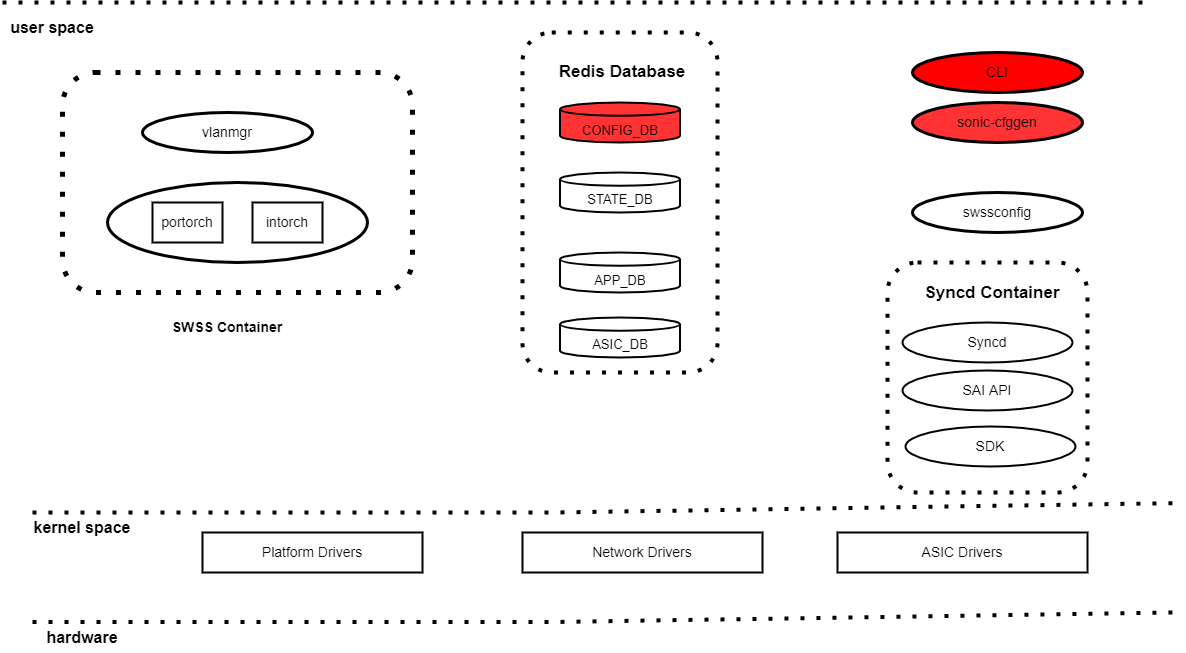
Before: doc/vlan/switchport-mode-support/media/Architecture.png, a diagram exported from draw.io (sonic-net/SONiC). Source tidied: cells renumbered, new cells last; positions are measured from the earlier drawing's top-left corner, leaving out a move shared by most shapes. Its diagram source:
```xml
<mxGraphModel background="#ffffff">
  <root>
    <mxCell id="0" />
    <mxCell id="1" parent="0" />
    <mxCell id="2" style="rounded=1;whiteSpace=wrap;html=1;&#10;&#10;endArrow=none;dashed=1;html=1;dashPattern=1 3;strokeWidth=5;rounded=1;" parent="1" vertex="1">
      <mxGeometry x="60" y="70" width="350" height="220" as="geometry" />
    </mxCell>
    <mxCell id="3" value="&lt;font style=&quot;font-size: 14px;&quot;&gt;vlanmgr&lt;/font&gt;" style="ellipse;whiteSpace=wrap;html=1;strokeWidth=3;" parent="1" vertex="1">
      <mxGeometry x="140" y="110" width="170" height="40" as="geometry" />
    </mxCell>
    <mxCell id="4" style="ellipse;whiteSpace=wrap;html=1;strokeWidth=3;" parent="1" vertex="1">
      <mxGeometry x="105" y="180" width="260" height="80" as="geometry" />
    </mxCell>
    <mxCell id="5" value="&lt;font style=&quot;font-size: 14px;&quot;&gt;portorch&lt;/font&gt;" style="rounded=0;whiteSpace=wrap;html=1;strokeWidth=2;" parent="1" vertex="1">
      <mxGeometry x="150" y="200" width="70" height="40" as="geometry" />
    </mxCell>
    <mxCell id="6" value="&lt;font style=&quot;font-size: 14px;&quot;&gt;intorch&lt;/font&gt;" style="rounded=0;whiteSpace=wrap;html=1;strokeWidth=2;" parent="1" vertex="1">
      <mxGeometry x="250" y="200" width="70" height="40" as="geometry" />
    </mxCell>
    <mxCell id="7" value="&lt;font style=&quot;font-size: 14px;&quot;&gt;&lt;b&gt;SWSS Container&lt;/b&gt;&lt;/font&gt;" style="text;html=1;strokeColor=none;fillColor=none;align=center;verticalAlign=middle;whiteSpace=wrap;rounded=0;" parent="1" vertex="1">
      <mxGeometry x="165" y="310" width="120" height="30" as="geometry" />
    </mxCell>
    <mxCell id="8" style="rounded=1;whiteSpace=wrap;html=1;&#10;&#10;endArrow=none;dashed=1;html=1;dashPattern=1 3;strokeWidth=4;rounded=1;" parent="1" vertex="1">
      <mxGeometry x="520" y="30" width="195" height="340" as="geometry" />
    </mxCell>
    <mxCell id="9" style="endArrow=none;dashed=1;html=1;dashPattern=1 3;strokeWidth=4;rounded=0;" parent="1" edge="1">
      <mxGeometry relative="1" as="geometry">
        <mxPoint as="sourcePoint" />
        <mxPoint x="1140" as="targetPoint" />
        <Array as="points">
          <mxPoint x="520" />
        </Array>
      </mxGeometry>
    </mxCell>
    <mxCell id="10" value="&lt;div style=&quot;font-size: 13px;&quot;&gt;&lt;font style=&quot;font-size: 13px;&quot;&gt;&lt;br&gt;&lt;/font&gt;&lt;/div&gt;&lt;div style=&quot;font-size: 13px;&quot;&gt;&lt;font style=&quot;font-size: 13px;&quot;&gt;CONFIG_DB&lt;/font&gt;&lt;br&gt;&lt;/div&gt;" style="strokeWidth=2;html=1;shape=mxgraph.flowchart.database;whiteSpace=wrap;fillColor=#FF3333;" parent="1" vertex="1">
      <mxGeometry x="557.5" y="100" width="120" height="40" as="geometry" />
    </mxCell>
    <mxCell id="11" value="&lt;div&gt;&lt;br&gt;&lt;/div&gt;&lt;div&gt;&lt;font style=&quot;font-size: 13px;&quot;&gt;STATE_DB&lt;/font&gt;&lt;br&gt;&lt;/div&gt;" style="strokeWidth=2;html=1;shape=mxgraph.flowchart.database;whiteSpace=wrap;" parent="1" vertex="1">
      <mxGeometry x="557.5" y="170" width="120" height="40" as="geometry" />
    </mxCell>
    <mxCell id="12" value="&lt;div style=&quot;font-size: 13px;&quot;&gt;&lt;font style=&quot;font-size: 13px;&quot;&gt;&lt;br&gt;&lt;/font&gt;&lt;/div&gt;&lt;div style=&quot;font-size: 13px;&quot;&gt;&lt;font style=&quot;font-size: 13px;&quot;&gt;APP_DB&lt;/font&gt;&lt;br&gt;&lt;/div&gt;" style="strokeWidth=2;html=1;shape=mxgraph.flowchart.database;whiteSpace=wrap;" parent="1" vertex="1">
      <mxGeometry x="557.5" y="250" width="120" height="40" as="geometry" />
    </mxCell>
    <mxCell id="13" value="&lt;div&gt;&lt;br&gt;&lt;/div&gt;&lt;div&gt;&lt;font style=&quot;font-size: 13px;&quot;&gt;ASIC_DB&lt;/font&gt;&lt;br&gt;&lt;/div&gt;" style="strokeWidth=2;html=1;shape=mxgraph.flowchart.database;whiteSpace=wrap;" parent="1" vertex="1">
      <mxGeometry x="557.5" y="315" width="120" height="40" as="geometry" />
    </mxCell>
    <mxCell id="14" value="&lt;font style=&quot;font-size: 14px;&quot;&gt;CLI&lt;/font&gt;" style="ellipse;whiteSpace=wrap;html=1;fillColor=#FF0000;strokeColor=#000000;strokeWidth=3;" parent="1" vertex="1">
      <mxGeometry x="910" y="50" width="170" height="40" as="geometry" />
    </mxCell>
    <mxCell id="15" value="&lt;font style=&quot;font-size: 14px;&quot;&gt;sonic-cfggen&lt;/font&gt;" style="ellipse;whiteSpace=wrap;html=1;fillColor=#FF3333;strokeWidth=3;" parent="1" vertex="1">
      <mxGeometry x="910" y="100" width="170" height="40" as="geometry" />
    </mxCell>
    <mxCell id="16" value="&lt;font style=&quot;font-size: 14px;&quot;&gt;swssconfig&lt;/font&gt;" style="ellipse;whiteSpace=wrap;html=1;strokeWidth=3;" parent="1" vertex="1">
      <mxGeometry x="910" y="190" width="170" height="40" as="geometry" />
    </mxCell>
    <mxCell id="17" style="rounded=1;whiteSpace=wrap;html=1;&#10;&#10;endArrow=none;dashed=1;html=1;dashPattern=1 3;strokeWidth=4;rounded=1;" parent="1" vertex="1">
      <mxGeometry x="885" y="260" width="200" height="230" as="geometry" />
    </mxCell>
    <mxCell id="18" value="&lt;font style=&quot;font-size: 14px;&quot;&gt;Syncd&lt;/font&gt;" style="ellipse;whiteSpace=wrap;html=1;strokeWidth=2;" parent="1" vertex="1">
      <mxGeometry x="900" y="320" width="170" height="40" as="geometry" />
    </mxCell>
    <mxCell id="19" value="&lt;font style=&quot;font-size: 14px;&quot;&gt;SAI API&lt;/font&gt;" style="ellipse;whiteSpace=wrap;html=1;strokeWidth=2;" parent="1" vertex="1">
      <mxGeometry x="900" y="368" width="170" height="40" as="geometry" />
    </mxCell>
    <mxCell id="20" value="&lt;font style=&quot;font-size: 14px;&quot;&gt;SDK&lt;/font&gt;" style="ellipse;whiteSpace=wrap;html=1;strokeWidth=2;" parent="1" vertex="1">
      <mxGeometry x="903" y="424" width="170" height="40" as="geometry" />
    </mxCell>
    <mxCell id="21" style="endArrow=none;dashed=1;html=1;dashPattern=1 3;strokeWidth=4;rounded=0;" parent="1" edge="1">
      <mxGeometry relative="1" as="geometry">
        <mxPoint x="30" y="510" as="sourcePoint" />
        <mxPoint x="1180" y="500.5" as="targetPoint" />
        <Array as="points">
          <mxPoint x="550" y="510" />
        </Array>
      </mxGeometry>
    </mxCell>
    <mxCell id="22" value="&lt;font style=&quot;font-size: 16px;&quot;&gt;&lt;b&gt;user space&lt;/b&gt;&lt;/font&gt;" style="text;html=1;strokeColor=none;fillColor=none;align=center;verticalAlign=middle;whiteSpace=wrap;rounded=0;" parent="1" vertex="1">
      <mxGeometry y="10" width="100" height="30" as="geometry" />
    </mxCell>
    <mxCell id="23" value="&lt;font size=&quot;1&quot; style=&quot;&quot;&gt;&lt;b style=&quot;font-size: 16px;&quot;&gt;kernel space&lt;/b&gt;&lt;/font&gt;" style="text;html=1;strokeColor=none;fillColor=none;align=center;verticalAlign=middle;whiteSpace=wrap;rounded=0;" parent="1" vertex="1">
      <mxGeometry x="30" y="510" width="100" height="30" as="geometry" />
    </mxCell>
    <mxCell id="24" value="&lt;font style=&quot;font-size: 14px;&quot;&gt;Platform Drivers&lt;/font&gt;" style="whiteSpace=wrap;html=1;strokeWidth=2;" parent="1" vertex="1">
      <mxGeometry x="200" y="530" width="220" height="40" as="geometry" />
    </mxCell>
    <mxCell id="25" value="&lt;font style=&quot;font-size: 14px;&quot;&gt;Network Drivers&lt;/font&gt;" style="whiteSpace=wrap;html=1;strokeWidth=2;" parent="1" vertex="1">
      <mxGeometry x="520" y="530" width="240" height="40" as="geometry" />
    </mxCell>
    <mxCell id="26" value="&lt;font style=&quot;font-size: 14px;&quot;&gt;ASIC Drivers&lt;/font&gt;" style="whiteSpace=wrap;html=1;strokeWidth=2;" parent="1" vertex="1">
      <mxGeometry x="835" y="530" width="250" height="40" as="geometry" />
    </mxCell>
    <mxCell id="27" style="endArrow=none;dashed=1;html=1;dashPattern=1 3;strokeWidth=4;rounded=0;" parent="1" edge="1">
      <mxGeometry relative="1" as="geometry">
        <mxPoint x="30" y="619.5" as="sourcePoint" />
        <mxPoint x="1170" y="610" as="targetPoint" />
        <Array as="points">
          <mxPoint x="550" y="619.5" />
        </Array>
      </mxGeometry>
    </mxCell>
    <mxCell id="28" value="&lt;font style=&quot;font-size: 16px;&quot;&gt;&lt;b&gt;hardware&lt;/b&gt;&lt;/font&gt;" style="text;html=1;strokeColor=none;fillColor=none;align=center;verticalAlign=middle;whiteSpace=wrap;rounded=0;" parent="1" vertex="1">
      <mxGeometry x="30" y="620" width="100" height="30" as="geometry" />
    </mxCell>
    <mxCell id="29" value="&lt;b&gt;&lt;font style=&quot;font-size: 17px;&quot;&gt;Redis Database&lt;/font&gt;&lt;/b&gt;" style="text;html=1;strokeColor=none;fillColor=none;align=center;verticalAlign=middle;whiteSpace=wrap;rounded=0;strokeWidth=2;fontSize=16;fontColor=#000000;" parent="1" vertex="1">
      <mxGeometry x="550" y="55" width="140" height="30" as="geometry" />
    </mxCell>
    <mxCell id="30" value="&lt;b&gt;Syncd Container&lt;/b&gt;" style="text;html=1;strokeColor=none;fillColor=none;align=center;verticalAlign=middle;whiteSpace=wrap;rounded=0;strokeWidth=2;fontSize=17;fontColor=#000000;" parent="1" vertex="1">
      <mxGeometry x="920" y="276" width="140" height="30" as="geometry" />
    </mxCell>
  </root>
</mxGraphModel>
```
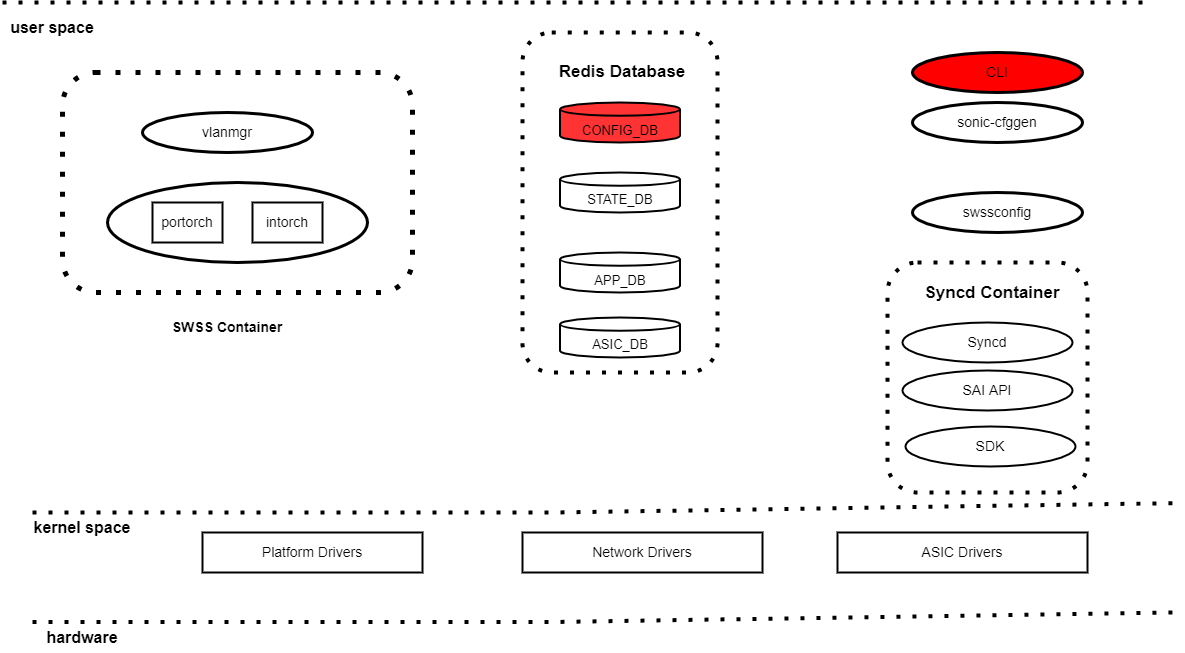
The same file after the commit.

The edit, as a diff of the source:
```diff
@@ -47,7 +47,7 @@
     <mxCell id="14" value="&lt;font style=&quot;font-size: 14px;&quot;&gt;CLI&lt;/font&gt;" style="ellipse;whiteSpace=wrap;html=1;fillColor=#FF0000;strokeColor=#000000;strokeWidth=3;" parent="1" vertex="1">
       <mxGeometry x="910" y="50" width="170" height="40" as="geometry" />
     </mxCell>
-    <mxCell id="15" value="&lt;font style=&quot;font-size: 14px;&quot;&gt;sonic-cfggen&lt;/font&gt;" style="ellipse;whiteSpace=wrap;html=1;fillColor=#FF3333;strokeWidth=3;" parent="1" vertex="1">
+    <mxCell id="15" value="&lt;font style=&quot;font-size: 14px;&quot;&gt;sonic-cfggen&lt;/font&gt;" style="ellipse;whiteSpace=wrap;html=1;strokeWidth=3;" parent="1" vertex="1">
       <mxGeometry x="910" y="100" width="170" height="40" as="geometry" />
     </mxCell>
     <mxCell id="16" value="&lt;font style=&quot;font-size: 14px;&quot;&gt;swssconfig&lt;/font&gt;" style="ellipse;whiteSpace=wrap;html=1;strokeWidth=3;" parent="1" vertex="1">
```
